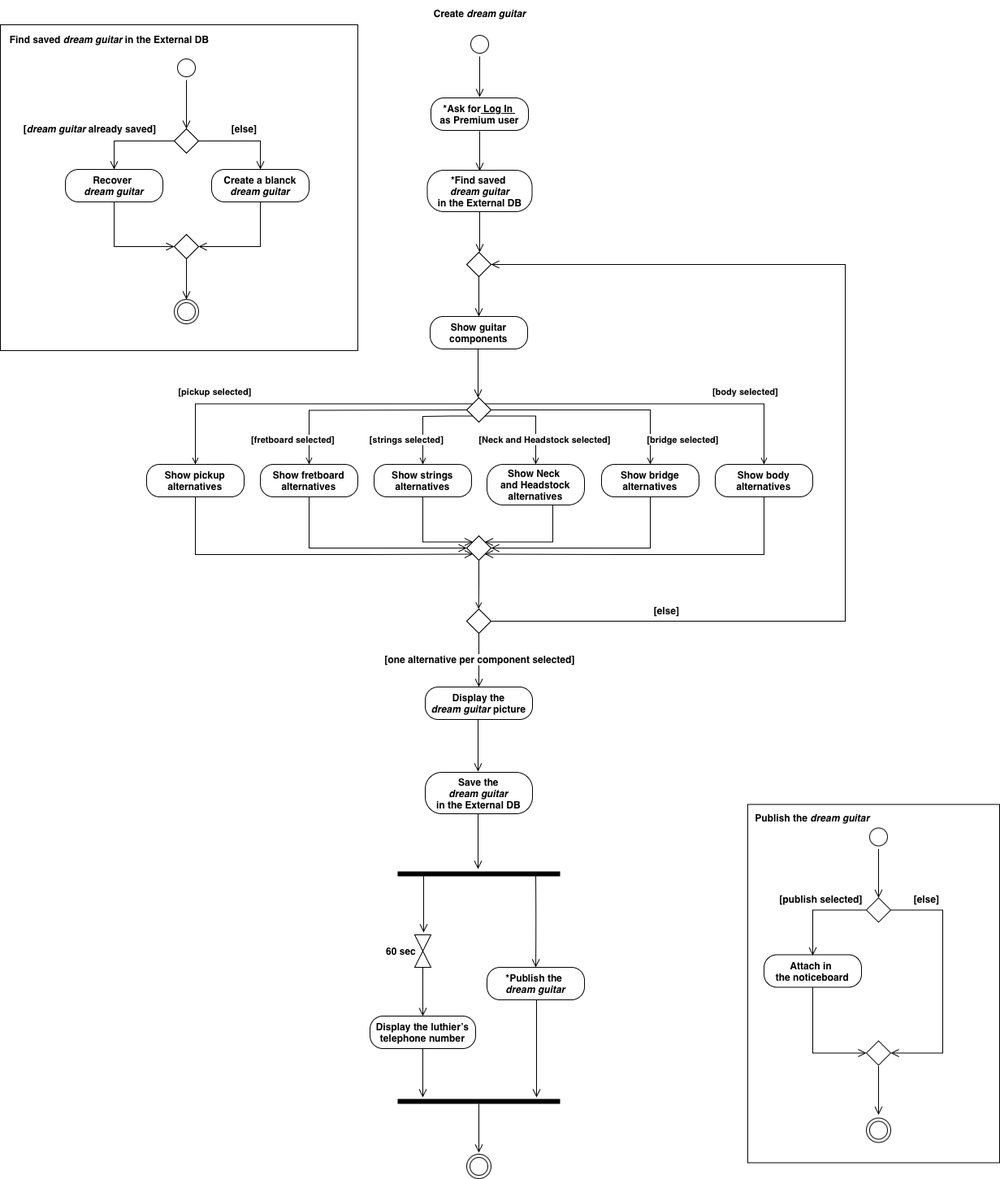
Before: ActivityDiagramT.drawio.png, a diagram exported from draw.io (TizianoLilli/ISPW-Project). Source tidied: cells renumbered, new cells last; positions are measured from the earlier drawing's top-left corner, leaving out a move shared by most shapes.
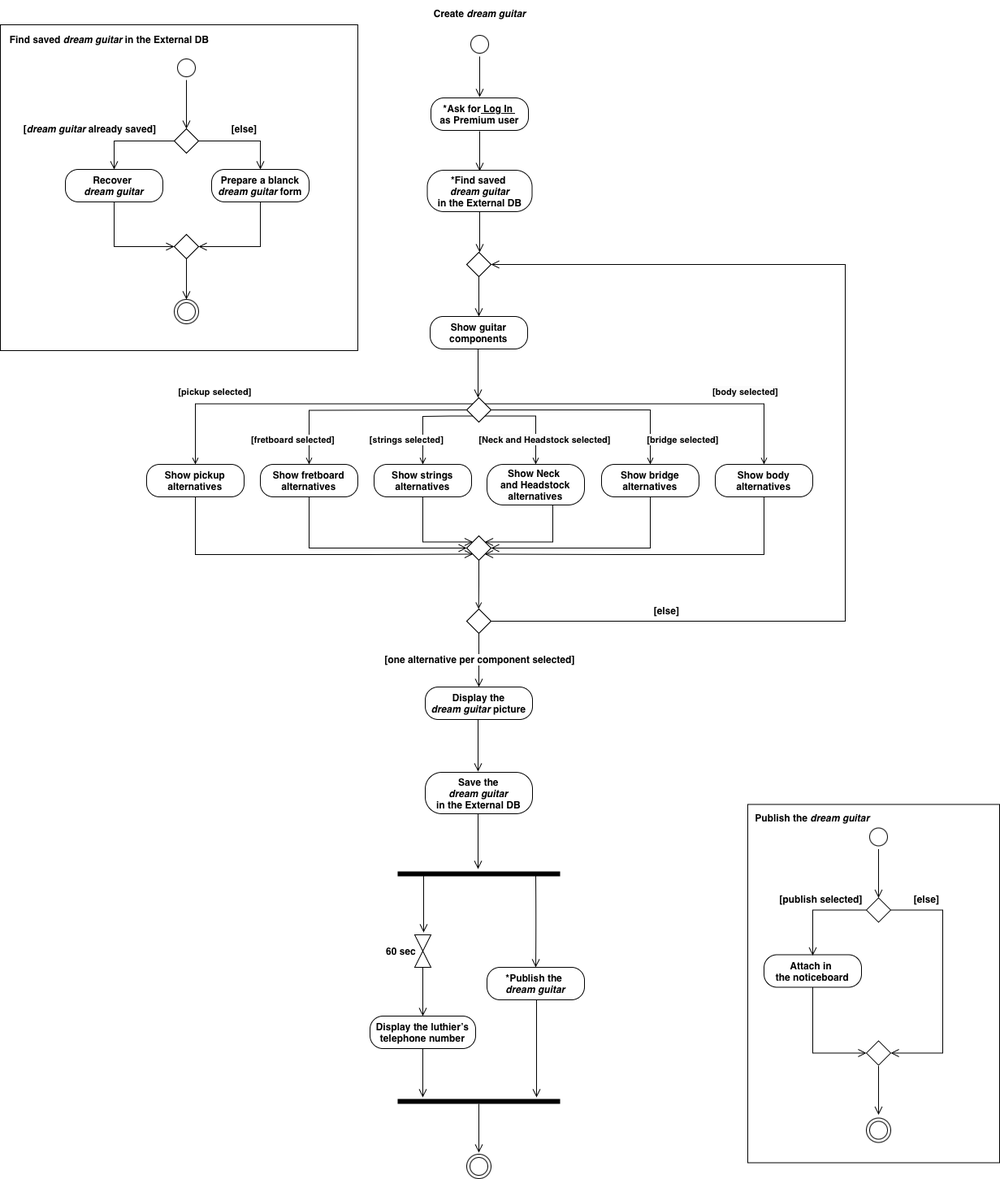
Above is the later version.

Diff of the diagram source:
```diff
@@ -283,7 +283,7 @@
         <mxPoint x="229" y="368" as="targetPoint" />
       </mxGeometry>
     </mxCell>
-    <mxCell id="59" value="&lt;b&gt;Create a blanck &lt;i&gt;dream guitar&lt;/i&gt;&lt;/b&gt;" style="rounded=1;whiteSpace=wrap;html=1;arcSize=40;labelBackgroundColor=none;" parent="1" vertex="1">
+    <mxCell id="59" value="&lt;b&gt;Prepare a blanck &lt;i&gt;dream guitar &lt;/i&gt;form&lt;/b&gt;" style="rounded=1;whiteSpace=wrap;html=1;arcSize=40;labelBackgroundColor=none;" parent="1" vertex="1">
       <mxGeometry x="260" y="208" width="120" height="40" as="geometry" />
     </mxCell>
     <mxCell id="60" style="edgeStyle=orthogonalEdgeStyle;html=1;verticalAlign=bottom;endArrow=open;endSize=8;rounded=0;fontSize=12;curved=0;labelBackgroundColor=none;fontColor=default;entryX=1;entryY=0.5;entryDx=0;entryDy=0;" parent="1" edge="1" source="59" target="57">
```
